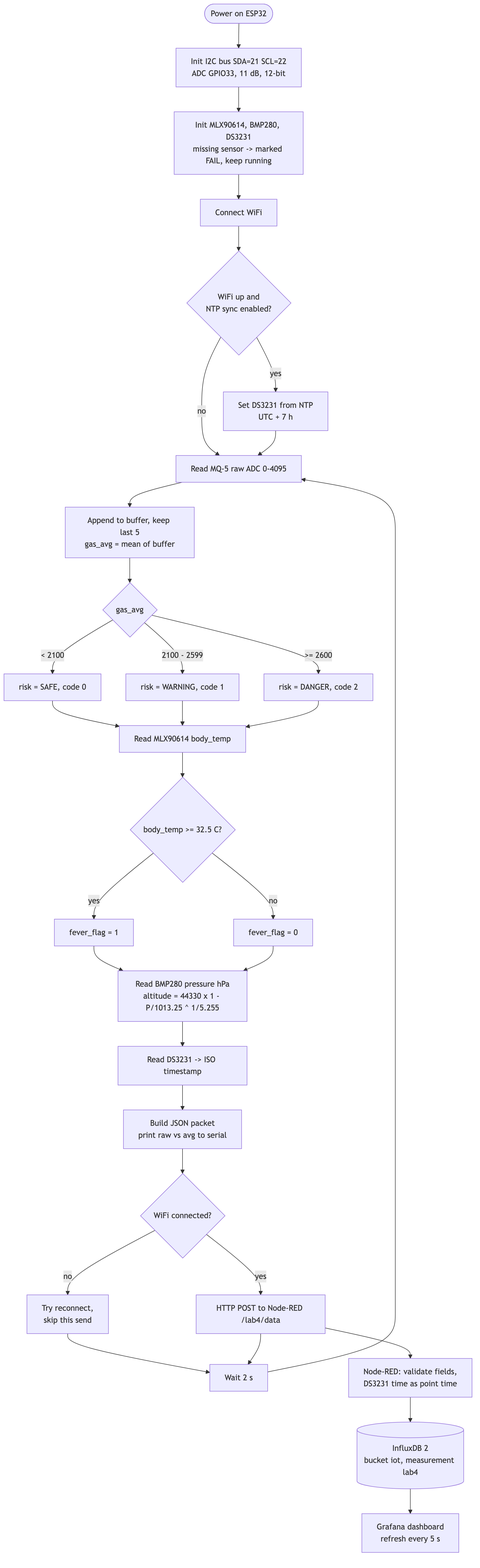
Earlier version of the Mermaid export lab4/docs/flowchart.png (MoriartyPuth/Fall-2026-IoT-001-Group-6). Its source is kept beside it as lab4/docs/flowchart.mmd.
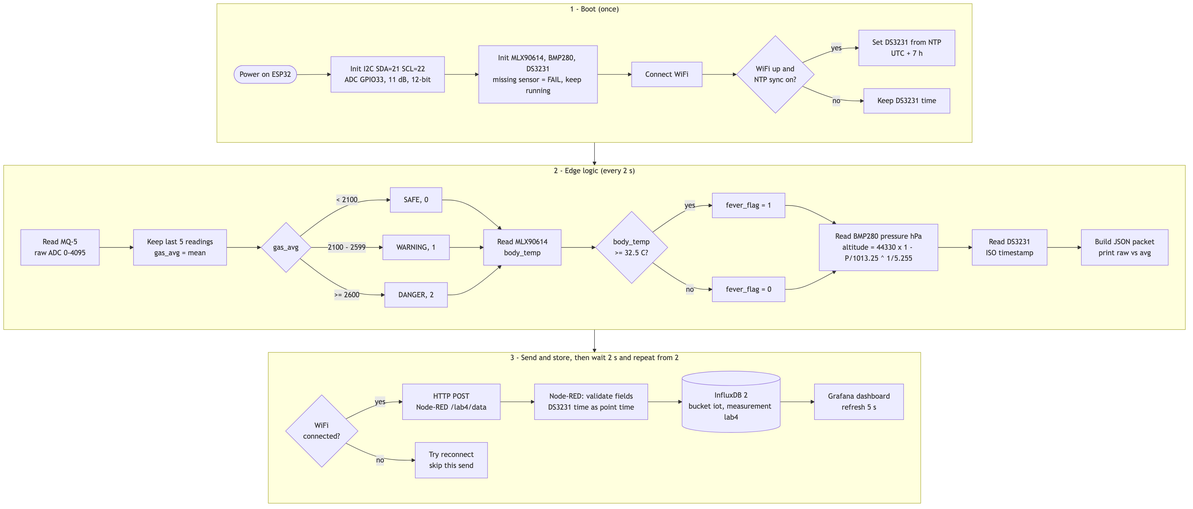
After the change.

Commit message:
Lab 4: draw system flowchart horizontally

What changed in the source:
```diff
@@ -1,31 +1,38 @@
-flowchart TD
-    A([Power on ESP32]) --> B[Init I2C bus SDA=21 SCL=22<br/>ADC GPIO33, 11 dB, 12-bit]
-    B --> C[Init MLX90614, BMP280, DS3231<br/>missing sensor -> marked FAIL, keep running]
-    C --> D[Connect WiFi]
-    D --> E{WiFi up and<br/>NTP sync enabled?}
-    E -- yes --> F[Set DS3231 from NTP<br/>UTC + 7 h]
-    E -- no --> G
-    F --> G[Read MQ-5 raw ADC 0-4095]
-    G --> H[Append to buffer, keep last 5<br/>gas_avg = mean of buffer]
-    H --> I{gas_avg}
-    I -- "< 2100" --> I1[risk = SAFE, code 0]
-    I -- "2100 - 2599" --> I2[risk = WARNING, code 1]
-    I -- ">= 2600" --> I3[risk = DANGER, code 2]
-    I1 --> J
-    I2 --> J
-    I3 --> J[Read MLX90614 body_temp]
-    J --> K{body_temp >= 32.5 C?}
-    K -- yes --> K1[fever_flag = 1]
-    K -- no --> K0[fever_flag = 0]
-    K1 --> L
-    K0 --> L[Read BMP280 pressure hPa<br/>altitude = 44330 x 1 - P/1013.25 ^ 1/5.255]
-    L --> M[Read DS3231 -> ISO timestamp]
-    M --> N[Build JSON packet<br/>print raw vs avg to serial]
-    N --> O{WiFi connected?}
-    O -- no --> O1[Try reconnect,<br/>skip this send] --> T
-    O -- yes --> P[HTTP POST to Node-RED /lab4/data]
-    P --> Q[Node-RED: validate fields,<br/>DS3231 time as point time]
-    Q --> R[(InfluxDB 2<br/>bucket iot, measurement lab4)]
-    R --> S[Grafana dashboard<br/>refresh every 5 s]
-    P --> T[Wait 2 s]
-    T --> G
+flowchart TB
+    subgraph BOOT["1 - Boot (once)"]
+        direction LR
+        A([Power on ESP32]) --> B[Init I2C SDA=21 SCL=22<br/>ADC GPIO33, 11 dB, 12-bit]
+        B --> C[Init MLX90614, BMP280, DS3231<br/>missing sensor = FAIL, keep running]
+        C --> D[Connect WiFi]
+        D --> E{WiFi up and<br/>NTP sync on?}
+        E -- yes --> F[Set DS3231 from NTP<br/>UTC + 7 h]
+        E -- no --> F0[Keep DS3231 time]
+    end
+
+    subgraph EDGE["2 - Edge logic (every 2 s)"]
+        direction LR
+        G[Read MQ-5<br/>raw ADC 0-4095] --> H[Keep last 5 readings<br/>gas_avg = mean]
+        H --> I{gas_avg}
+        I -- "< 2100" --> I1[SAFE, 0]
+        I -- "2100 - 2599" --> I2[WARNING, 1]
+        I -- ">= 2600" --> I3[DANGER, 2]
+        I1 & I2 & I3 --> J[Read MLX90614<br/>body_temp]
+        J --> K{body_temp<br/>>= 32.5 C?}
+        K -- yes --> K1[fever_flag = 1]
+        K -- no --> K0[fever_flag = 0]
+        K1 & K0 --> L[Read BMP280 pressure hPa<br/>altitude = 44330 x 1 - P/1013.25 ^ 1/5.255]
+        L --> M[Read DS3231<br/>ISO timestamp]
+        M --> N[Build JSON packet<br/>print raw vs avg]
+    end
+
+    subgraph SEND["3 - Send and store, then wait 2 s and repeat from 2"]
+        direction LR
+        O{WiFi<br/>connected?} -- yes --> P[HTTP POST<br/>Node-RED /lab4/data]
+        O -- no --> O1[Try reconnect<br/>skip this send]
+        P --> Q[Node-RED: validate fields<br/>DS3231 time as point time]
+        Q --> R[(InfluxDB 2<br/>bucket iot, measurement lab4)]
+        R --> S[Grafana dashboard<br/>refresh 5 s]
+    end
+
+    BOOT --> EDGE
+    EDGE --> SEND
```
